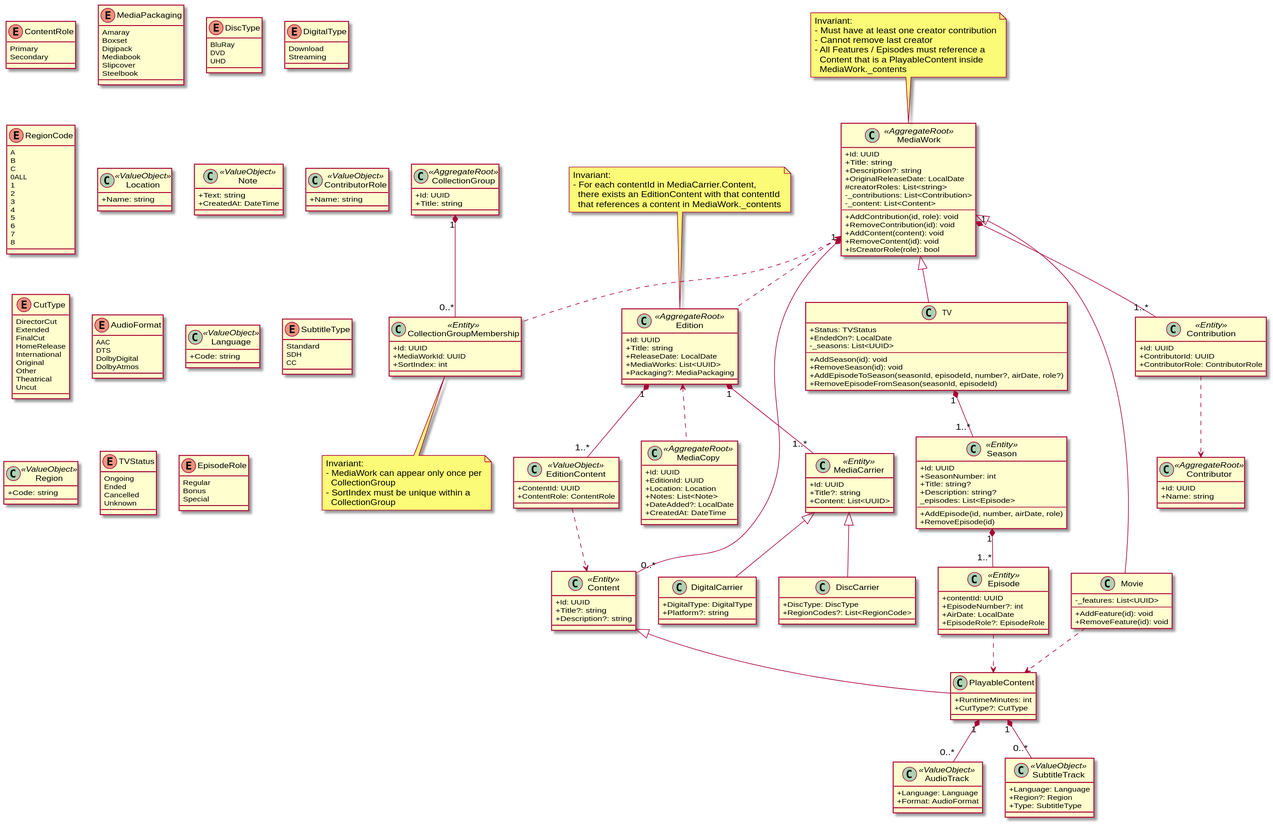
The PlantUML diagram docs/diagrams/domain/main.domain.svg in yantue/colleq, before a commit.
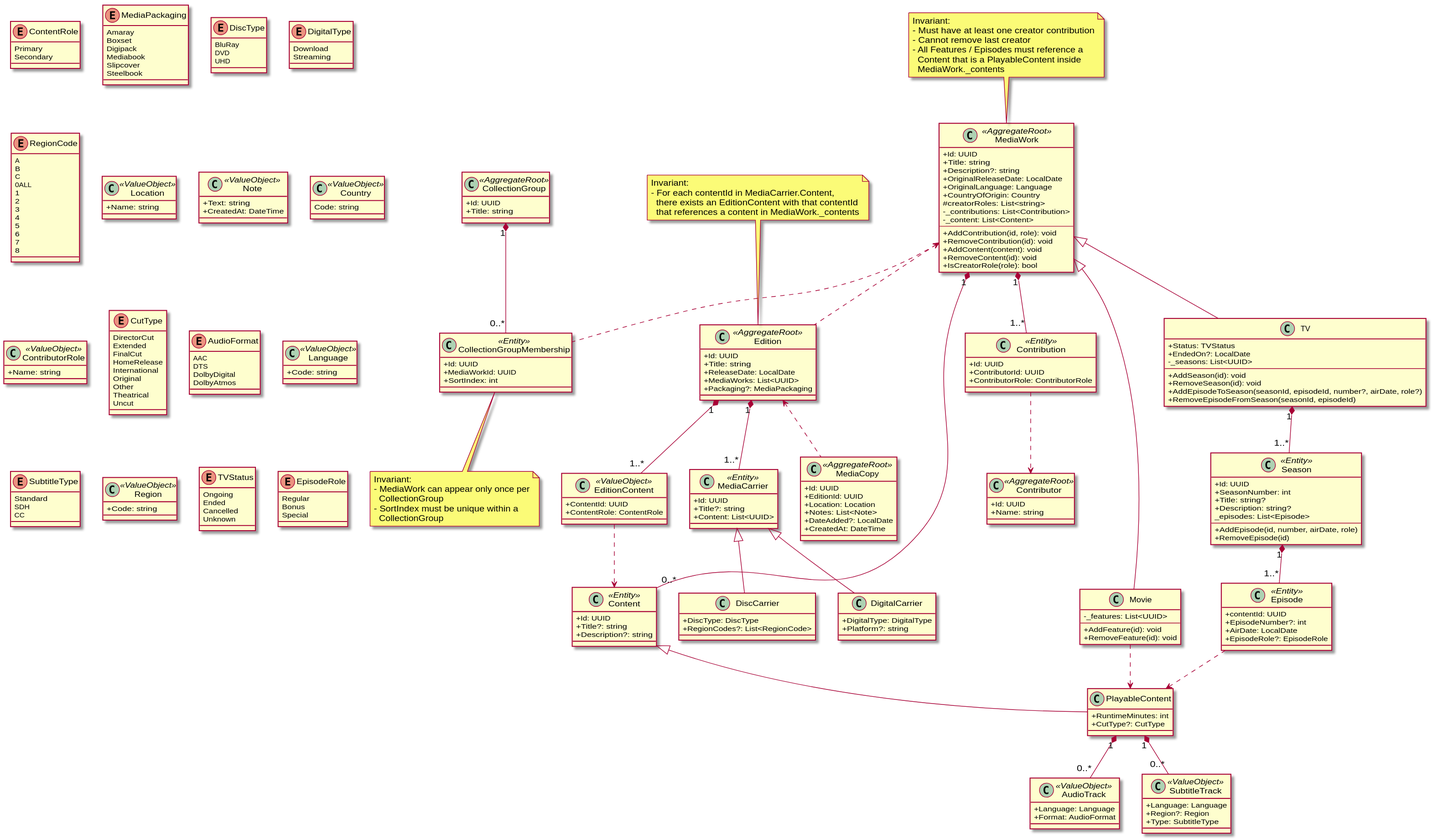
After the change.

What changed in the source:
```diff
@@ -152,6 +152,8 @@
     +Title: string
     +Description?: string
     +OriginalReleaseDate: LocalDate
+    +OriginalLanguage: Language
+    +CountryOfOrigin: Country
     #creatorRoles: List<string>
     -_contributions: List<Contribution>
     -_content: List<Content>
@@ -171,6 +173,10 @@
   Content that is a PlayableContent inside
   MediaWork._contents
 end note
+
+class Country <<ValueObject>> {
+    Code: string
+}
 
 class Contribution <<Entity>> {
     +Id: UUID
```
